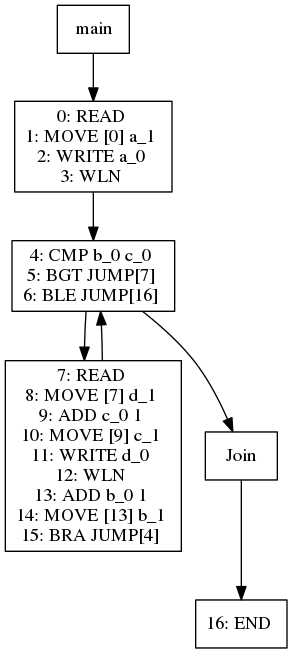
jiahanwang/PL241-Compiler keeps this Graphviz diagram as viz/test031.dot.png. Above is the earlier version. Its source is kept beside it as viz/test031.dot.
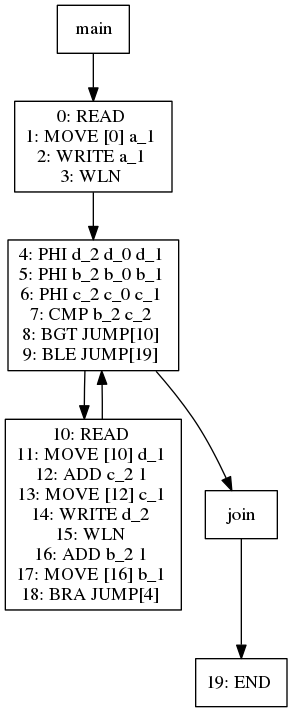
The same diagram one commit later.

The edit, as a diff of the source:
```diff
@@ -4,29 +4,32 @@
 1 -> 3
 3[label="0: READ
 1: MOVE [0] a_1
-2: WRITE a_0
+2: WRITE a_1
 3: WLN
 "]
 3 -> 6
-6[label="4: CMP b_0 c_0
-5: BGT JUMP[7]
-6: BLE JUMP[16]
+6[label="4: PHI d_2 d_0 d_1
+5: PHI b_2 b_0 b_1
+6: PHI c_2 c_0 c_1
+7: CMP b_2 c_2
+8: BGT JUMP[10]
+9: BLE JUMP[19]
 "]
 6 -> 8
-8[label="7: READ
-8: MOVE [7] d_1
-9: ADD c_0 1
-10: MOVE [9] c_1
-11: WRITE d_0
-12: WLN
-13: ADD b_0 1
-14: MOVE [13] b_1
-15: BRA JUMP[4]
+8[label="10: READ
+11: MOVE [10] d_1
+12: ADD c_2 1
+13: MOVE [12] c_1
+14: WRITE d_2
+15: WLN
+16: ADD b_2 1
+17: MOVE [16] b_1
+18: BRA JUMP[4]
 "]
 8 -> 6
 6 -> 7
-7[label="Join"]
+7[label="join"]
 7 -> 13
-13[label="16: END
+13[label="19: END
 "]
 }
```
